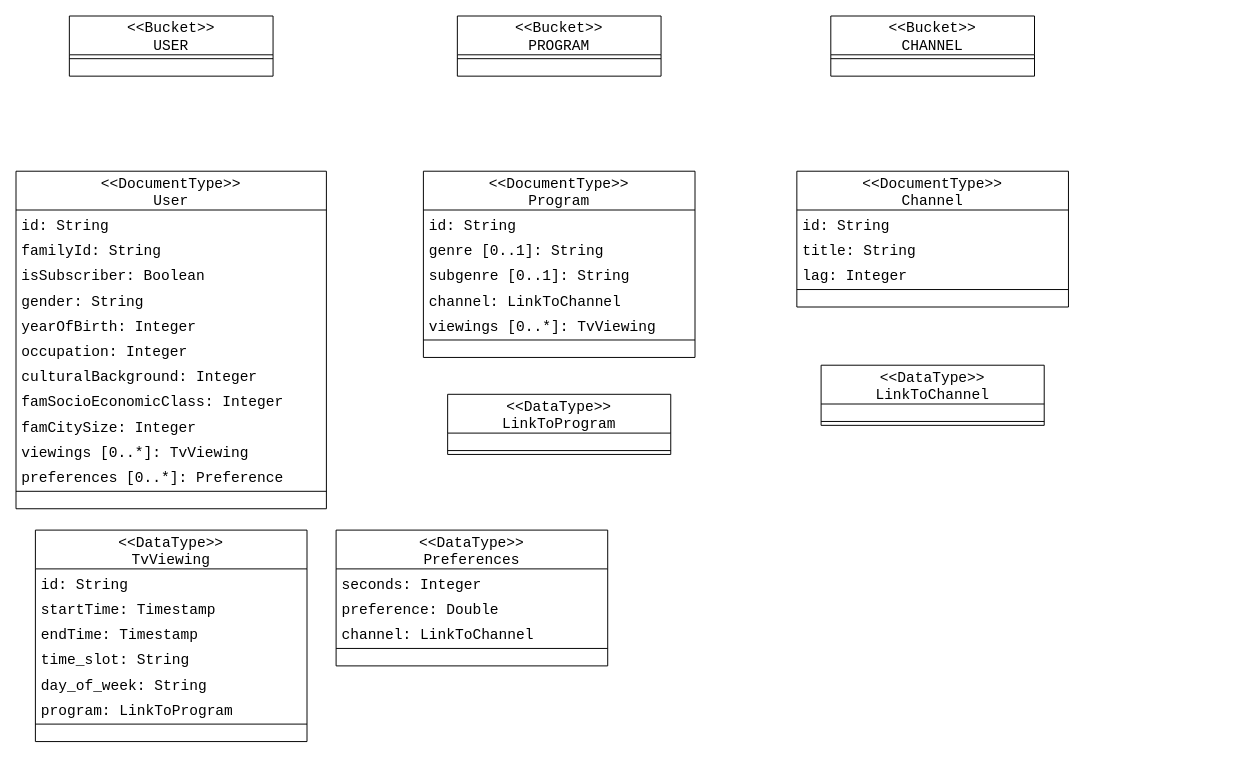
Above: page "CouchBase Design" (2 of 2) of report/Auditel.drawio in CriDiba/couchbase-project (draw.io), before the change. Source tidied: cells renumbered, new cells numbered last; positions are measured from the earlier drawing's top-left corner, leaving out a move shared by most shapes. Both pictures are drawn from the tidied source at 97%, with x=0, y=0 at pixel (16, 16).
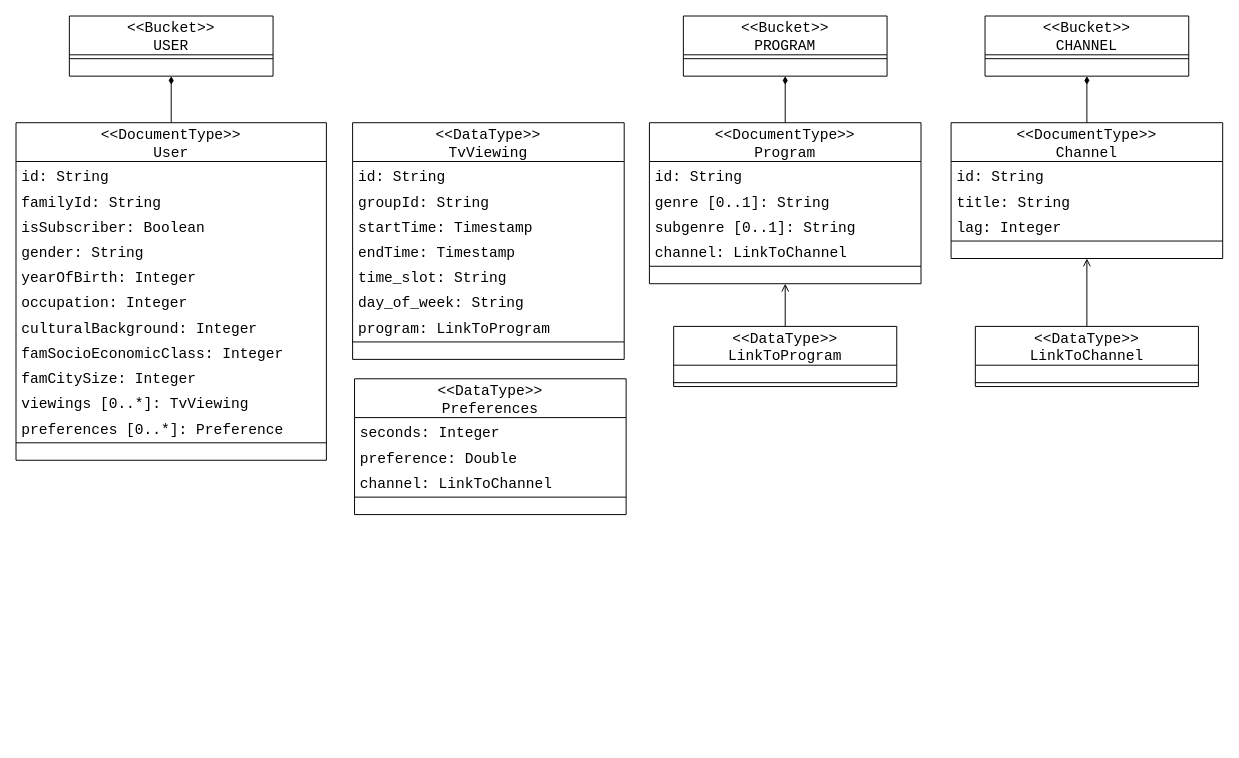
Above is the later version.

Unchanged cells that the change refers to:
```xml
<mxCell id="2" value="&lt;&lt;Bucket&gt;&gt;&#10;USER" style="swimlane;fontStyle=0;horizontal=1;startSize=40;fillColor=none;fontFamily=Courier New;fontSize=15;rounded=0;" parent="1" vertex="1">
  <mxGeometry x="55" width="210" height="62" as="geometry" />
</mxCell>
```

The edit, as a diff of the source:
```diff
@@
+    <mxCell id="60" style="edgeStyle=orthogonalEdgeStyle;rounded=0;jettySize=auto;html=1;fontFamily=Courier New;endArrow=diamondThin;endFill=1;" parent="1" edge="1" source="5" target="2">
+      <mxGeometry relative="1" as="geometry" />
+    </mxCell>
     <mxCell id="5" value="&lt;&lt;DocumentType&gt;&gt;&#10;User" style="swimlane;fontStyle=0;horizontal=1;startSize=40;fillColor=none;fontFamily=Courier New;fontSize=15;" parent="1" vertex="1">
-      <mxGeometry y="160" width="320" height="348" as="geometry" />
+      <mxGeometry y="110" width="320" height="348" as="geometry" />
     </mxCell>
@@
     <mxCell id="19" value="&lt;&lt;DataType&gt;&gt;&#10;TvViewing" style="swimlane;fontStyle=0;horizontal=1;startSize=40;fillColor=none;fontFamily=Courier New;fontSize=15;" parent="1" vertex="1">
-      <mxGeometry x="20" y="530" width="280" height="218" as="geometry" />
+      <mxGeometry x="347" y="110" width="280" height="244" as="geometry" />
     </mxCell>
@@
+    <mxCell id="61" value="groupId: String" style="text;strokeColor=none;fillColor=none;align=left;verticalAlign=top;spacingLeft=4;spacingRight=4;overflow=hidden;fontFamily=Courier New;fontSize=15;" parent="19" vertex="1">
+      <mxGeometry y="66" width="280" height="26" as="geometry" />
+    </mxCell>
     <mxCell id="21" value="startTime: Timestamp" style="text;strokeColor=none;fillColor=none;align=left;verticalAlign=top;spacingLeft=4;spacingRight=4;overflow=hidden;fontFamily=Courier New;fontSize=15;" parent="19" vertex="1">
-      <mxGeometry y="66" width="280" height="26" as="geometry" />
+      <mxGeometry y="92" width="280" height="26" as="geometry" />
     </mxCell>
     <mxCell id="22" value="endTime: Timestamp" style="text;strokeColor=none;fillColor=none;align=left;verticalAlign=top;spacingLeft=4;spacingRight=4;overflow=hidden;fontFamily=Courier New;fontSize=15;" parent="19" vertex="1">
-      <mxGeometry y="92" width="280" height="26" as="geometry" />
+      <mxGeometry y="118" width="280" height="26" as="geometry" />
     </mxCell>
     <mxCell id="23" value="time_slot: String" style="text;strokeColor=none;fillColor=none;align=left;verticalAlign=top;spacingLeft=4;spacingRight=4;overflow=hidden;fontFamily=Courier New;fontSize=15;" parent="19" vertex="1">
-      <mxGeometry y="118" width="280" height="26" as="geometry" />
+      <mxGeometry y="144" width="280" height="26" as="geometry" />
     </mxCell>
     <mxCell id="24" value="day_of_week: String" style="text;strokeColor=none;fillColor=none;align=left;verticalAlign=top;spacingLeft=4;spacingRight=4;overflow=hidden;fontFamily=Courier New;fontSize=15;" parent="19" vertex="1">
-      <mxGeometry y="144" width="280" height="26" as="geometry" />
+      <mxGeometry y="170" width="280" height="26" as="geometry" />
     </mxCell>
     <mxCell id="25" value="program: LinkToProgram" style="text;strokeColor=none;fillColor=none;align=left;verticalAlign=top;spacingLeft=4;spacingRight=4;overflow=hidden;fontFamily=Courier New;fontSize=15;" parent="19" vertex="1">
-      <mxGeometry y="170" width="280" height="26" as="geometry" />
+      <mxGeometry y="196" width="280" height="26" as="geometry" />
     </mxCell>
     <mxCell id="26" style="line;strokeWidth=1;fillColor=none;align=left;verticalAlign=middle;spacingTop=-1;spacingLeft=3;spacingRight=3;labelPosition=right;fontFamily=Courier New;fontSize=15;" parent="19" vertex="1">
-      <mxGeometry y="196" width="280" height="8" as="geometry" />
+      <mxGeometry y="222" width="280" height="8" as="geometry" />
     </mxCell>
     <mxCell id="27" style="text;strokeColor=none;fillColor=none;align=left;verticalAlign=middle;spacingTop=-1;spacingLeft=4;spacingRight=4;labelPosition=right;fontFamily=Courier New;fontSize=15;" parent="19" vertex="1">
-      <mxGeometry y="204" width="280" height="14" as="geometry" />
+      <mxGeometry y="230" width="280" height="14" as="geometry" />
     </mxCell>
+    <mxCell id="62" style="edgeStyle=orthogonalEdgeStyle;rounded=0;jettySize=auto;html=1;fontFamily=Courier New;endArrow=diamondThin;endFill=1;" parent="1" edge="1" source="28" target="42">
+      <mxGeometry relative="1" as="geometry" />
+    </mxCell>
     <mxCell id="28" value="&lt;&lt;DocumentType&gt;&gt;&#10;Program" style="swimlane;fontStyle=0;horizontal=1;startSize=40;fillColor=none;fontFamily=Courier New;fontSize=15;" parent="1" vertex="1">
-      <mxGeometry x="420" y="160" width="280" height="192" as="geometry" />
+      <mxGeometry x="653" y="110" width="280" height="166" as="geometry" />
     </mxCell>
@@
-    <mxCell id="33" value="viewings [0..*]: TvViewing" style="text;strokeColor=none;fillColor=none;align=left;verticalAlign=top;spacingLeft=4;spacingRight=4;overflow=hidden;fontFamily=Courier New;fontSize=15;" parent="28" vertex="1">
-      <mxGeometry y="144" width="280" height="26" as="geometry" />
-    </mxCell>
     <mxCell id="34" style="line;strokeWidth=1;fillColor=none;align=left;verticalAlign=middle;spacingTop=-1;spacingLeft=3;spacingRight=3;labelPosition=right;fontFamily=Courier New;fontSize=15;" parent="28" vertex="1">
-      <mxGeometry y="170" width="280" height="8" as="geometry" />
+      <mxGeometry y="144" width="280" height="8" as="geometry" />
     </mxCell>
     <mxCell id="35" style="text;strokeColor=none;fillColor=none;align=left;verticalAlign=middle;spacingTop=-1;spacingLeft=4;spacingRight=4;labelPosition=right;fontFamily=Courier New;fontSize=15;" parent="28" vertex="1">
-      <mxGeometry y="178" width="280" height="14" as="geometry" />
+      <mxGeometry y="152" width="280" height="14" as="geometry" />
     </mxCell>
+    <mxCell id="63" style="edgeStyle=orthogonalEdgeStyle;rounded=0;jettySize=auto;html=1;fontFamily=Courier New;endArrow=diamondThin;endFill=1;" parent="1" edge="1" source="36" target="57">
+      <mxGeometry relative="1" as="geometry" />
+    </mxCell>
     <mxCell id="36" value="&lt;&lt;DocumentType&gt;&gt;&#10;Channel" style="swimlane;fontStyle=0;horizontal=1;startSize=40;fillColor=none;fontFamily=Courier New;fontSize=15;" parent="1" vertex="1">
-      <mxGeometry x="805" y="160" width="280" height="140" as="geometry" />
+      <mxGeometry x="964" y="110" width="280" height="140" as="geometry" />
     </mxCell>
@@
     <mxCell id="42" value="&lt;&lt;Bucket&gt;&gt;&#10;PROGRAM" style="swimlane;fontStyle=0;horizontal=1;startSize=40;fillColor=none;fontFamily=Courier New;fontSize=15;rounded=0;" parent="1" vertex="1">
-      <mxGeometry x="455" width="210" height="62" as="geometry" />
+      <mxGeometry x="688" width="210" height="62" as="geometry" />
     </mxCell>
@@
+    <mxCell id="64" style="edgeStyle=orthogonalEdgeStyle;rounded=0;jettySize=auto;html=1;fontFamily=Courier New;endArrow=open;endFill=0;" parent="1" edge="1" source="45" target="28">
+      <mxGeometry relative="1" as="geometry" />
+    </mxCell>
     <mxCell id="45" value="&lt;&lt;DataType&gt;&gt;&#10;LinkToProgram" style="swimlane;fontStyle=0;horizontal=1;startSize=40;fillColor=none;fontFamily=Courier New;fontSize=15;" parent="1" vertex="1">
-      <mxGeometry x="445" y="390" width="230" height="62" as="geometry" />
+      <mxGeometry x="678" y="320" width="230" height="62" as="geometry" />
     </mxCell>
@@
     <mxCell id="48" value="&lt;&lt;DataType&gt;&gt;&#10;Preferences" style="swimlane;fontStyle=0;horizontal=1;startSize=40;fillColor=none;fontFamily=Courier New;fontSize=15;" parent="1" vertex="1">
-      <mxGeometry x="330" y="530" width="280" height="140" as="geometry" />
+      <mxGeometry x="349" y="374" width="280" height="140" as="geometry" />
     </mxCell>
@@
+    <mxCell id="65" style="edgeStyle=orthogonalEdgeStyle;rounded=0;jettySize=auto;html=1;fontFamily=Courier New;endArrow=open;endFill=0;" parent="1" edge="1" source="54" target="36">
+      <mxGeometry relative="1" as="geometry" />
+    </mxCell>
     <mxCell id="54" value="&lt;&lt;DataType&gt;&gt;&#10;LinkToChannel" style="swimlane;fontStyle=0;horizontal=1;startSize=40;fillColor=none;fontFamily=Courier New;fontSize=15;" parent="1" vertex="1">
-      <mxGeometry x="830" y="360" width="230" height="62" as="geometry" />
+      <mxGeometry x="989" y="320" width="230" height="62" as="geometry" />
     </mxCell>
@@
     <mxCell id="57" value="&lt;&lt;Bucket&gt;&gt;&#10;CHANNEL" style="swimlane;fontStyle=0;horizontal=1;startSize=40;fillColor=none;fontFamily=Courier New;fontSize=15;rounded=0;" parent="1" vertex="1">
-      <mxGeometry x="840" width="210" height="62" as="geometry" />
+      <mxGeometry x="999" width="210" height="62" as="geometry" />
     </mxCell>
```
